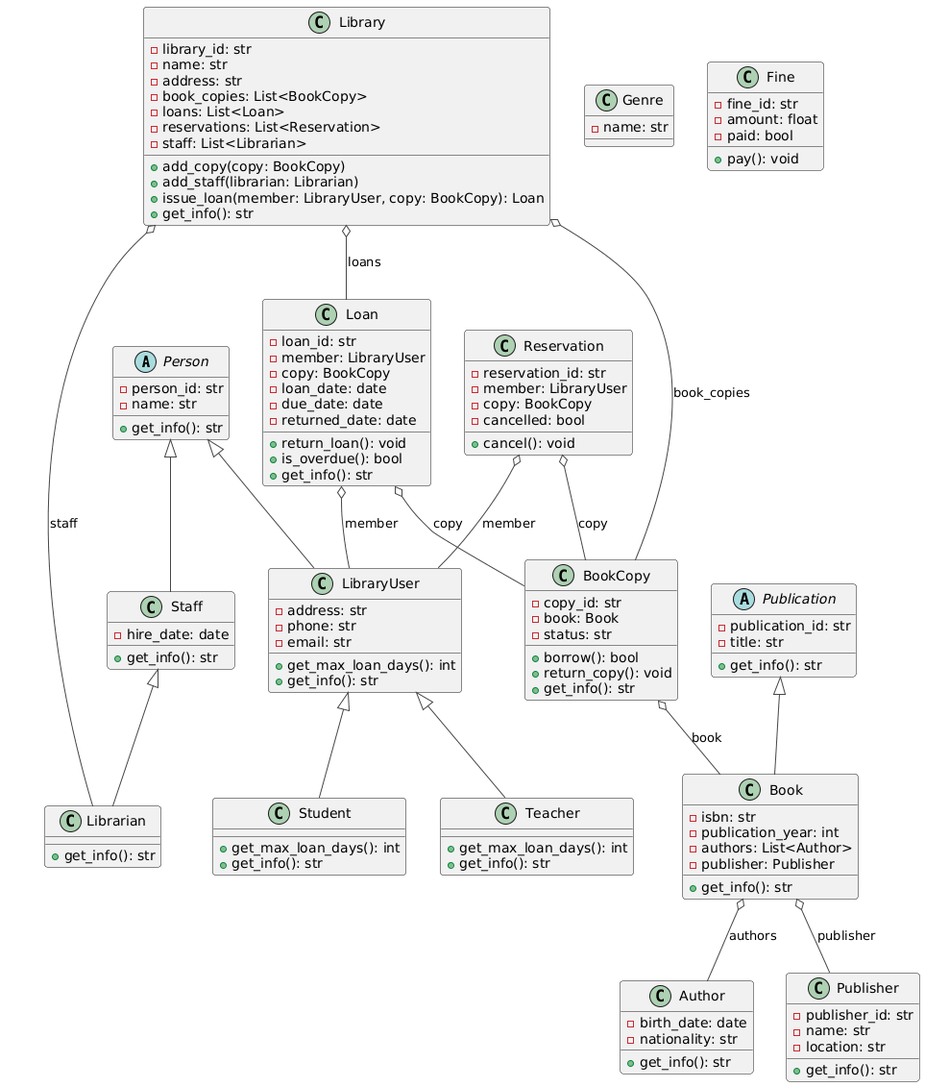
Max2772/Object-Oriented-Programming keeps this PlantUML diagram as LB2/UML.png. Above is the earlier version.
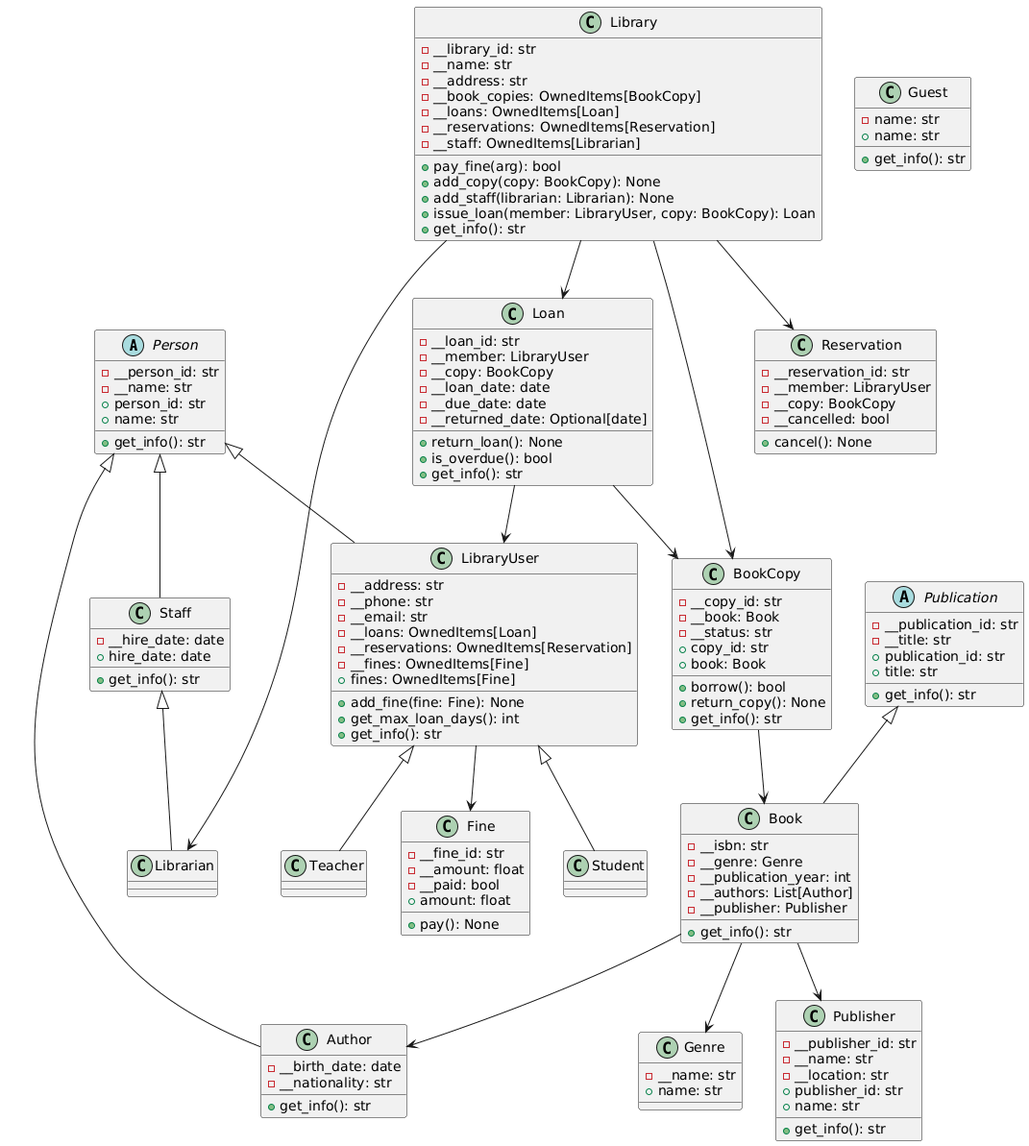
Later version of the same file.

Diff of the diagram source:
```diff
@@ -1,133 +1,152 @@
 @startuml
-!theme vibrant
 abstract class Person {
-    - person_id: str
-    - name: str
-    + get_info(): str
+    -__person_id: str
+    -__name: str
+    +person_id: str
+    +name: str
+    +get_info(): str
 }
-Person <|-- LibraryUser
-Person <|-- Staff
-LibraryUser <|-- Student
-LibraryUser <|-- Teacher
-Staff <|-- Librarian
 
-abstract class Publication {
-    - publication_id: str
-    - title: str
-    + get_info(): str
-}
-Publication <|-- Book
-
-class Author {
-    - birth_date: date
-    - nationality: str
-    + get_info(): str
+class Guest {
+    -name: str
+    +name: str
+    +get_info(): str
 }
 
 class LibraryUser {
-    - address: str
-    - phone: str
-    - email: str
-    + get_max_loan_days(): int
-    + get_info(): str
+    -__address: str
+    -__phone: str
+    -__email: str
+    -__loans: OwnedItems[Loan]
+    -__reservations: OwnedItems[Reservation]
+    -__fines: OwnedItems[Fine]
+    +fines: OwnedItems[Fine]
+    +add_fine(fine: Fine): None
+    +get_max_loan_days(): int
+    +get_info(): str
 }
 
-class Student {
-    + get_max_loan_days(): int
-    + get_info(): str
+class Student
+class Teacher
+class Staff {
+    -__hire_date: date
+    +hire_date: date
+    +get_info(): str
+}
+class Librarian
+
+Person <|-- LibraryUser
+Person <|-- Staff
+Staff <|-- Librarian
+LibraryUser <|-- Student
+LibraryUser <|-- Teacher
+
+abstract class Publication {
+    -__publication_id: str
+    -__title: str
+    +publication_id: str
+    +title: str
+    +get_info(): str
 }
 
-class Teacher {
-    + get_max_loan_days(): int
-    + get_info(): str
+class Author {
+    -__birth_date: date
+    -__nationality: str
+    +get_info(): str
 }
 
-class Staff {
-    - hire_date: date
-    + get_info(): str
+Publication <|-- Book
+Person <|-- Author
+
+class Book {
+    -__isbn: str
+    -__genre: Genre
+    -__publication_year: int
+    -__authors: List[Author]
+    -__publisher: Publisher
+    +get_info(): str
 }
 
-class Librarian {
-    + get_info(): str
+class Genre {
+    -__name: str
+    +name: str
 }
 
-class Book {
-    - isbn: str
-    - publication_year: int
-    - authors: List<Author>
-    - publisher: Publisher
-    + get_info(): str
+class Publisher {
+    -__publisher_id: str
+    -__name: str
+    -__location: str
+    +publisher_id: str
+    +name: str
+    +get_info(): str
 }
 
+Book --> Genre
+Book --> Publisher
+Book --> Author
+
 class BookCopy {
-    - copy_id: str
-    - book: Book
-    - status: str
-    + borrow(): bool
-    + return_copy(): void
-    + get_info(): str
+    -__copy_id: str
+    -__book: Book
+    -__status: str
+    +copy_id: str
+    +book: Book
+    +borrow(): bool
+    +return_copy(): None
+    +get_info(): str
 }
 
 class Loan {
-    - loan_id: str
-    - member: LibraryUser
-    - copy: BookCopy
-    - loan_date: date
-    - due_date: date
-    - returned_date: date
-    + return_loan(): void
-    + is_overdue(): bool
-    + get_info(): str
+    -__loan_id: str
+    -__member: LibraryUser
+    -__copy: BookCopy
+    -__loan_date: date
+    -__due_date: date
+    -__returned_date: Optional[date]
+    +return_loan(): None
+    +is_overdue(): bool
+    +get_info(): str
 }
 
-class Library {
-    - library_id: str
-    - name: str
-    - address: str
-    - book_copies: List<BookCopy>
-    - loans: List<Loan>
-    - reservations: List<Reservation>
-    - staff: List<Librarian>
-    + add_copy(copy: BookCopy)
-    + add_staff(librarian: Librarian)
-    + issue_loan(member: LibraryUser, copy: BookCopy): Loan
-    + get_info(): str
+BookCopy --> Book
+Loan --> LibraryUser
+Loan --> BookCopy
+
+class Fine {
+    -__fine_id: str
+    -__amount: float
+    -__paid: bool
+    +amount: float
+    +pay(): None
 }
 
-class Publisher {
-    - publisher_id: str
-    - name: str
-    - location: str
-    + get_info(): str
-}
+LibraryUser --> Fine
 
-class Genre {
-    - name: str
+class Library {
+    -__library_id: str
+    -__name: str
+    -__address: str
+    -__book_copies: OwnedItems[BookCopy]
+    -__loans: OwnedItems[Loan]
+    -__reservations: OwnedItems[Reservation]
+    -__staff: OwnedItems[Librarian]
+    +pay_fine(arg): bool
+    +add_copy(copy: BookCopy): None
+    +add_staff(librarian: Librarian): None
+    +issue_loan(member: LibraryUser, copy: BookCopy): Loan
+    +get_info(): str
 }
 
 class Reservation {
-    - reservation_id: str
-    - member: LibraryUser
-    - copy: BookCopy
-    - cancelled: bool
-    + cancel(): void
+    -__reservation_id: str
+    -__member: LibraryUser
+    -__copy: BookCopy
+    -__cancelled: bool
+    +cancel(): None
 }
 
-class Fine {
-    - fine_id: str
-    - amount: float
-    - paid: bool
-    + pay(): void
-}
-
-Book o-- Author : authors
-Book o-- Publisher : publisher
-BookCopy o-- Book : book
-Loan o-- LibraryUser : member
-Loan o-- BookCopy : copy
-Library o-- BookCopy : book_copies
-Library o-- Loan : loans
-Library o-- Librarian : staff
-Reservation o-- LibraryUser : member
-Reservation o-- BookCopy : copy
+Library --> BookCopy
+Library --> Loan
+Library --> Reservation
+Library --> Librarian
 @enduml
```
